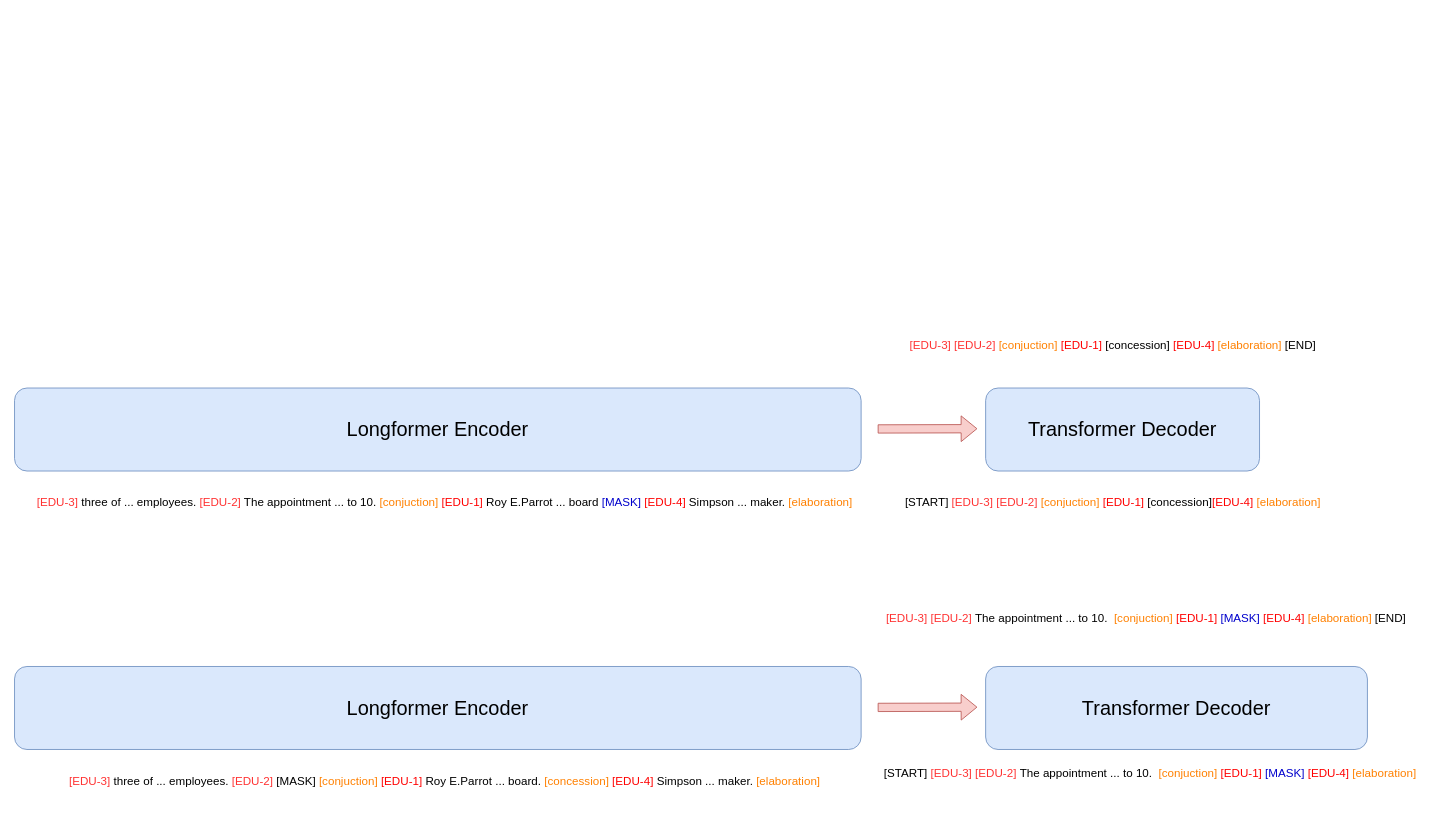
Above: page "Page-2" (2 of 3) of Untitled Diagram.drawio in Captainr22/SAE (draw.io), before the change. Source tidied: cells renumbered, new cells numbered last; positions are measured from the earlier drawing's top-left corner, leaving out a move shared by most shapes. Both pictures are drawn from the tidied source at 83%, with x=0, y=0 at pixel (14, 313).
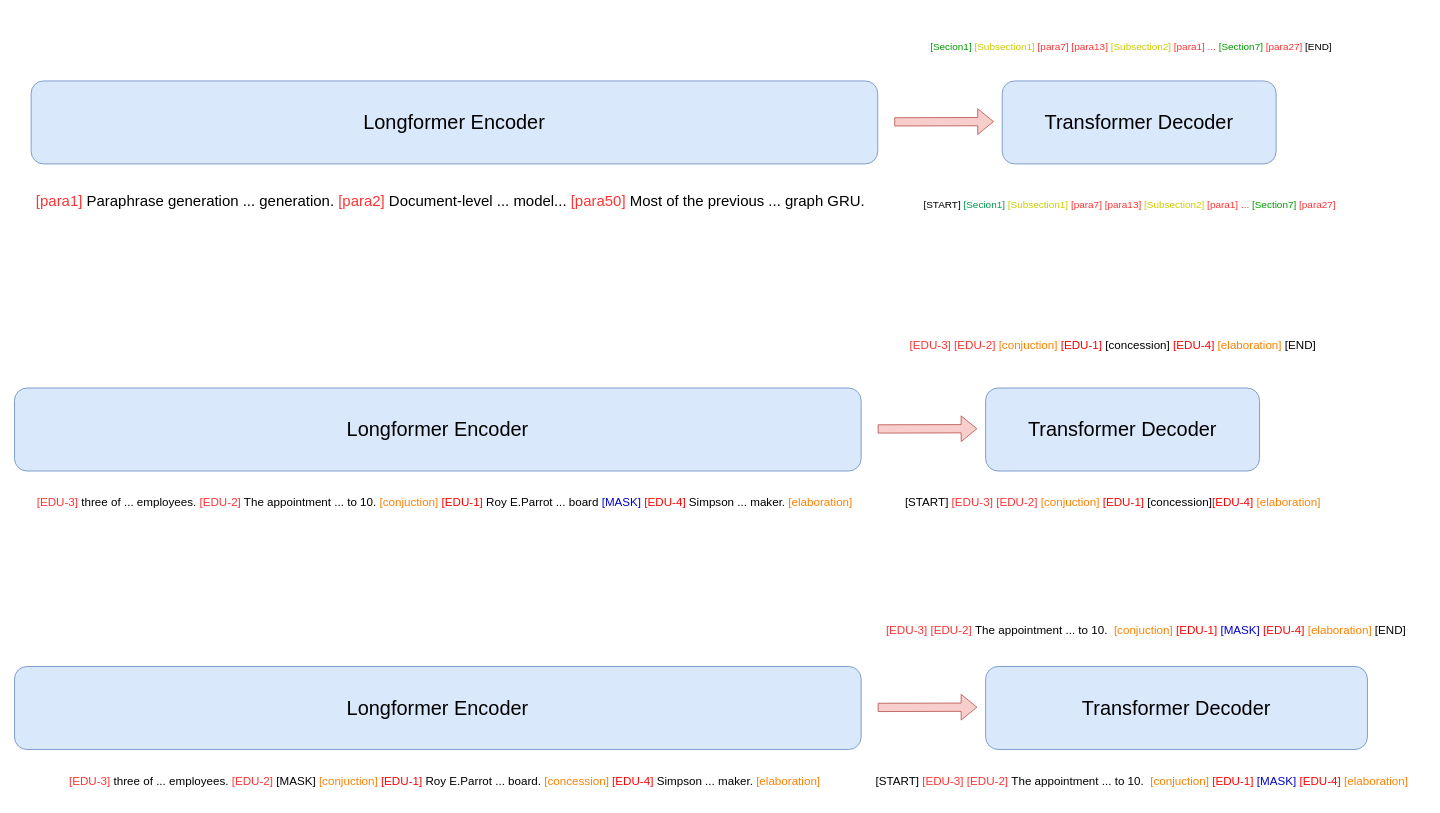
After the change.

Change to the diagram source:
```diff
@@
     <mxCell id="12" value="&lt;font style=&quot;font-size: 14px&quot;&gt;[START] &lt;font color=&quot;#ff3333&quot;&gt;[EDU-3]&lt;/font&gt;&amp;nbsp;&lt;font color=&quot;#ff3333&quot;&gt;[EDU-2]&amp;nbsp;&lt;/font&gt;The appointment ... to 10.&amp;nbsp;&amp;nbsp;&lt;font color=&quot;#ff8000&quot;&gt;[conjuction]&lt;/font&gt;&lt;font color=&quot;#ff0000&quot;&gt; [EDU-1]&lt;/font&gt;&amp;nbsp;&lt;font color=&quot;#0000cc&quot;&gt;[MASK]&lt;/font&gt;&lt;font color=&quot;#ff0000&quot;&gt; [EDU-4]&lt;/font&gt;&lt;font color=&quot;#ff8000&quot;&gt;&amp;nbsp;[elaboration]&lt;/font&gt;&amp;nbsp;&lt;/font&gt;" style="text;html=1;align=center;verticalAlign=middle;strokeColor=none;fillColor=none;fontSize=36;" parent="1" vertex="1">
-      <mxGeometry x="1040" y="515.5" width="660" height="60" as="geometry" />
+      <mxGeometry x="1030" y="525.5" width="660" height="60" as="geometry" />
     </mxCell>
     <mxCell id="13" value="&lt;font style=&quot;font-size: 14px&quot;&gt;&lt;font color=&quot;#ff3333&quot;&gt;[EDU-3]&lt;/font&gt;&amp;nbsp;&lt;font color=&quot;#ff3333&quot;&gt;[EDU-2]&amp;nbsp;&lt;/font&gt;The appointment ... to 10.&amp;nbsp;&amp;nbsp;&lt;font color=&quot;#ff8000&quot;&gt;[conjuction]&lt;/font&gt;&lt;font color=&quot;#ff0000&quot;&gt;&amp;nbsp;[EDU-1]&lt;/font&gt;&amp;nbsp;&lt;font color=&quot;#0000cc&quot;&gt;[MASK]&lt;/font&gt;&lt;font color=&quot;#ff0000&quot;&gt;&amp;nbsp;[EDU-4]&lt;/font&gt;&lt;font color=&quot;#ff8000&quot;&gt;&amp;nbsp;[elaboration]&lt;/font&gt;&lt;font color=&quot;#ff8000&quot;&gt;&amp;nbsp;&lt;/font&gt;[END]&amp;nbsp;&lt;/font&gt;" style="text;html=1;align=center;verticalAlign=middle;strokeColor=none;fillColor=none;fontSize=36;" parent="1" vertex="1">
-      <mxGeometry x="1040" y="330" width="650" height="60" as="geometry" />
+      <mxGeometry x="1040" y="344" width="650" height="60" as="geometry" />
     </mxCell>
+    <mxCell id="14" value="&lt;font&gt;&lt;font style=&quot;font-size: 24px&quot;&gt;Longformer Encoder&lt;/font&gt;&lt;br&gt;&lt;/font&gt;" style="rounded=1;whiteSpace=wrap;html=1;fillColor=#dae8fc;strokeColor=#6c8ebf;" parent="1" vertex="1">
+      <mxGeometry x="20" y="-280" width="1020" height="100" as="geometry" />
+    </mxCell>
+    <mxCell id="15" value="&lt;font style=&quot;font-size: 18px&quot;&gt;&lt;font color=&quot;#ff3333&quot;&gt;[para1]&lt;/font&gt;&amp;nbsp;Paraphrase generation ... generation.&amp;nbsp;&lt;font color=&quot;#ff3333&quot;&gt;[para2]&lt;/font&gt;&amp;nbsp;Document-level ... model...&amp;nbsp;&lt;font color=&quot;#ff3333&quot;&gt;[para50]&lt;/font&gt;&amp;nbsp;Most of the previous ... graph GRU.&lt;br&gt;&amp;nbsp;&lt;/font&gt;" style="text;html=1;align=center;verticalAlign=middle;strokeColor=none;fillColor=none;fontSize=36;" parent="1" vertex="1">
+      <mxGeometry x="20" y="-170" width="1010" height="100" as="geometry" />
+    </mxCell>
+    <mxCell id="16" value="&lt;font&gt;&lt;font style=&quot;font-size: 24px&quot;&gt;Transformer Decoder&lt;/font&gt;&lt;br&gt;&lt;/font&gt;" style="rounded=1;whiteSpace=wrap;html=1;fillColor=#dae8fc;strokeColor=#6c8ebf;" parent="1" vertex="1">
+      <mxGeometry x="1190" y="-280" width="330" height="100" as="geometry" />
+    </mxCell>
+    <mxCell id="17" style="shape=flexArrow;endArrow=classic;html=1;rounded=0;fontSize=14;fontColor=#0000CC;fillColor=#f8cecc;strokeColor=#b85450;" parent="1" edge="1">
+      <mxGeometry relative="1" as="geometry">
+        <mxPoint x="1060" y="-230.7" as="sourcePoint" />
+        <mxPoint x="1180" y="-231" as="targetPoint" />
+      </mxGeometry>
+    </mxCell>
+    <mxCell id="18" value="&lt;font color=&quot;#000000&quot; style=&quot;font-size: 12px&quot;&gt;[START]&lt;/font&gt;&lt;font color=&quot;#00994d&quot; style=&quot;font-size: 12px&quot;&gt;&amp;nbsp;[Secion1]&lt;/font&gt;&lt;span style=&quot;color: rgb(255 , 51 , 51) ; font-size: 12px&quot;&gt;&amp;nbsp;&lt;/span&gt;&lt;font color=&quot;#cccc00&quot; style=&quot;font-size: 12px&quot;&gt;[Subsection1]&lt;/font&gt;&lt;span style=&quot;color: rgb(255 , 51 , 51) ; font-size: 12px&quot;&gt;&amp;nbsp;[para7] [para13]&amp;nbsp;&lt;/span&gt;&lt;font color=&quot;#cccc00&quot; style=&quot;font-size: 12px&quot;&gt;[Subsection2]&lt;/font&gt;&lt;span style=&quot;color: rgb(255 , 51 , 51) ; font-size: 12px&quot;&gt;&amp;nbsp;[para1] ...&amp;nbsp;&lt;/span&gt;&lt;font color=&quot;#009900&quot; style=&quot;font-size: 12px&quot;&gt;[Section7]&lt;/font&gt;&lt;span style=&quot;color: rgb(255 , 51 , 51) ; font-size: 12px&quot;&gt;&amp;nbsp;[para27]&amp;nbsp;&lt;/span&gt;" style="text;html=1;align=center;verticalAlign=middle;strokeColor=none;fillColor=none;fontSize=36;" parent="1" vertex="1">
+      <mxGeometry x="1085" y="-170" width="520" height="60" as="geometry" />
+    </mxCell>
+    <mxCell id="19" value="&lt;font color=&quot;#009900&quot; style=&quot;font-size: 12px&quot;&gt;[Secion1]&lt;/font&gt;&lt;span style=&quot;color: rgb(255 , 51 , 51) ; font-size: 12px&quot;&gt;&amp;nbsp;&lt;/span&gt;&lt;font color=&quot;#cccc00&quot; style=&quot;font-size: 12px&quot;&gt;[Subsection1]&lt;/font&gt;&lt;span style=&quot;color: rgb(255 , 51 , 51) ; font-size: 12px&quot;&gt;&amp;nbsp;[para7] [para13]&amp;nbsp;&lt;/span&gt;&lt;font color=&quot;#cccc00&quot; style=&quot;font-size: 12px&quot;&gt;[Subsection2]&lt;/font&gt;&lt;span style=&quot;color: rgb(255 , 51 , 51) ; font-size: 12px&quot;&gt;&amp;nbsp;[para1] ...&amp;nbsp;&lt;/span&gt;&lt;font color=&quot;#009900&quot; style=&quot;font-size: 12px&quot;&gt;[Section7]&lt;/font&gt;&lt;span style=&quot;color: rgb(255 , 51 , 51) ; font-size: 12px&quot;&gt;&amp;nbsp;[para27]&amp;nbsp;&lt;/span&gt;&lt;font color=&quot;#000000&quot; style=&quot;font-size: 12px&quot;&gt;[END]&lt;/font&gt;" style="text;html=1;align=center;verticalAlign=middle;strokeColor=none;fillColor=none;fontSize=36;" parent="1" vertex="1">
+      <mxGeometry x="1095" y="-360" width="500" height="60" as="geometry" />
+    </mxCell>
```
